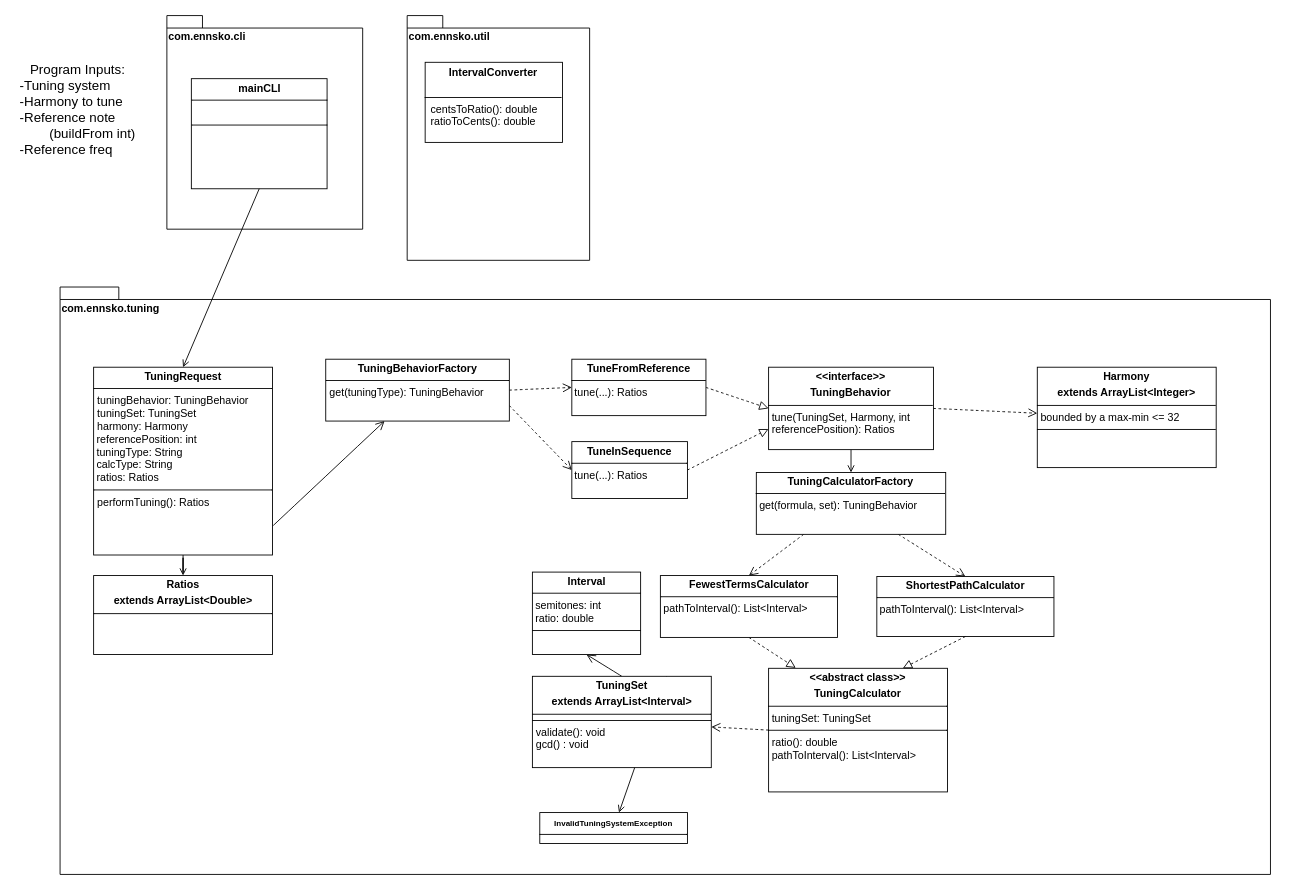
Before: uml/polymnia.drawio in ennskevin/polymnia, a draw.io diagram. Source tidied: cells renumbered, new cells numbered last; positions are measured from the earlier drawing's top-left corner, leaving out a move shared by most shapes. Both pictures are drawn from the tidied source at 89%, with x=0, y=0 at pixel (15, 15).
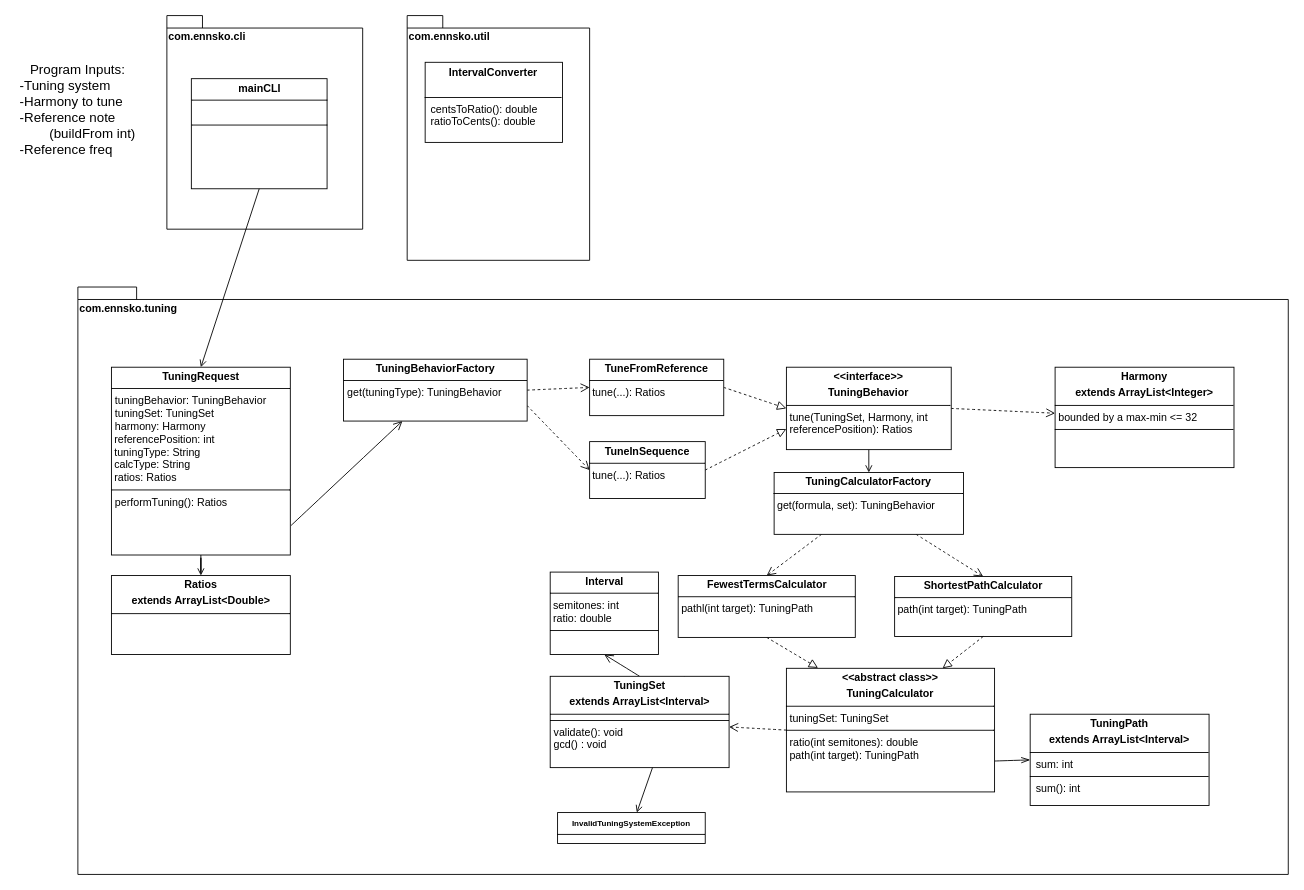
After the change.

Commit message (it also covers changes not shown here):
Test cases for path()

Change to the diagram source:
```diff
@@
     <mxCell id="4" value="com.ennsko.tuning" style="shape=folder;fontStyle=1;spacingTop=10;tabWidth=40;tabHeight=14;tabPosition=left;html=1;whiteSpace=wrap;verticalAlign=top;align=left;" parent="1" vertex="1">
-      <mxGeometry x="50" y="305" width="1360" height="660" as="geometry" />
+      <mxGeometry x="70" y="305" width="1360" height="660" as="geometry" />
     </mxCell>
@@
+    <mxCell id="39" style="edgeStyle=none;curved=1;rounded=0;jettySize=auto;html=1;exitX=1;exitY=0.75;exitDx=0;exitDy=0;entryX=0;entryY=0.5;entryDx=0;entryDy=0;fontSize=12;startSize=8;endSize=8;endArrow=openThin;endFill=0;" parent="4" edge="1" source="10" target="40">
+      <mxGeometry relative="1" as="geometry" />
+    </mxCell>
-    <mxCell id="10" value="&lt;p style=&quot;margin:0px;margin-top:4px;text-align:center;&quot;&gt;&lt;b&gt;&amp;lt;&amp;lt;abstract class&amp;gt;&amp;gt;&lt;/b&gt;&lt;/p&gt;&lt;p style=&quot;margin:0px;margin-top:4px;text-align:center;&quot;&gt;&lt;b&gt;TuningCalculator&lt;/b&gt;&lt;/p&gt;&lt;hr size=&quot;1&quot; style=&quot;border-style:solid;&quot;&gt;&lt;p style=&quot;margin:0px;margin-left:4px;&quot;&gt;tuningSet: TuningSet&lt;/p&gt;&lt;hr size=&quot;1&quot; style=&quot;border-style:solid;&quot;&gt;&lt;p style=&quot;margin:0px;margin-left:4px;&quot;&gt;ratio(): double&lt;/p&gt;&lt;p style=&quot;margin:0px;margin-left:4px;&quot;&gt;pathToInterval(): List&amp;lt;Interval&amp;gt;&lt;/p&gt;" style="verticalAlign=top;align=left;overflow=fill;html=1;whiteSpace=wrap;" parent="4" vertex="1">
-      <mxGeometry x="796.1" y="428.4" width="201" height="138.9" as="geometry" />
+    <mxCell id="10" value="&lt;p style=&quot;margin:0px;margin-top:4px;text-align:center;&quot;&gt;&lt;b&gt;&amp;lt;&amp;lt;abstract class&amp;gt;&amp;gt;&lt;/b&gt;&lt;/p&gt;&lt;p style=&quot;margin:0px;margin-top:4px;text-align:center;&quot;&gt;&lt;b&gt;TuningCalculator&lt;/b&gt;&lt;/p&gt;&lt;hr size=&quot;1&quot; style=&quot;border-style:solid;&quot;&gt;&lt;p style=&quot;margin:0px;margin-left:4px;&quot;&gt;tuningSet: TuningSet&lt;/p&gt;&lt;hr size=&quot;1&quot; style=&quot;border-style:solid;&quot;&gt;&lt;p style=&quot;margin:0px;margin-left:4px;&quot;&gt;ratio(int semitones): double&lt;/p&gt;&lt;p style=&quot;margin:0px;margin-left:4px;&quot;&gt;path(int target): TuningPath&lt;/p&gt;" style="verticalAlign=top;align=left;overflow=fill;html=1;whiteSpace=wrap;" parent="4" vertex="1">
+      <mxGeometry x="796.1" y="428.4" width="233.9" height="138.9" as="geometry" />
     </mxCell>
@@
-    <mxCell id="28" value="&lt;p style=&quot;margin:0px;margin-top:4px;text-align:center;&quot;&gt;&lt;b&gt;FewestTermsCalculator&lt;/b&gt;&lt;/p&gt;&lt;hr size=&quot;1&quot; style=&quot;border-style:solid;&quot;&gt;&amp;nbsp;pathToInterval(): List&amp;lt;Interval&amp;gt;" style="verticalAlign=top;align=left;overflow=fill;html=1;whiteSpace=wrap;" parent="4" vertex="1">
+    <mxCell id="28" value="&lt;p style=&quot;margin:0px;margin-top:4px;text-align:center;&quot;&gt;&lt;b&gt;FewestTermsCalculator&lt;/b&gt;&lt;/p&gt;&lt;hr size=&quot;1&quot; style=&quot;border-style:solid;&quot;&gt;&amp;nbsp;pathl(int target): TuningPath" style="verticalAlign=top;align=left;overflow=fill;html=1;whiteSpace=wrap;" parent="4" vertex="1">
       <mxGeometry x="674.5" y="324.2" width="199" height="69.5" as="geometry" />
     </mxCell>
-    <mxCell id="29" value="&lt;p style=&quot;margin:0px;margin-top:4px;text-align:center;&quot;&gt;&lt;b&gt;ShortestPathCalculator&lt;/b&gt;&lt;/p&gt;&lt;hr size=&quot;1&quot; style=&quot;border-style:solid;&quot;&gt;&amp;nbsp;pathToInterval(): List&amp;lt;Interval&amp;gt;" style="verticalAlign=top;align=left;overflow=fill;html=1;whiteSpace=wrap;" parent="4" vertex="1">
+    <mxCell id="29" value="&lt;p style=&quot;margin:0px;margin-top:4px;text-align:center;&quot;&gt;&lt;b&gt;ShortestPathCalculator&lt;/b&gt;&lt;/p&gt;&lt;hr size=&quot;1&quot; style=&quot;border-style:solid;&quot;&gt;&amp;nbsp;path(int target): TuningPath" style="verticalAlign=top;align=left;overflow=fill;html=1;whiteSpace=wrap;" parent="4" vertex="1">
       <mxGeometry x="917.7" y="325.3" width="199" height="67.4" as="geometry" />
     </mxCell>
@@
+    <mxCell id="40" value="&lt;p style=&quot;margin:0px;margin-top:4px;text-align:center;&quot;&gt;&lt;b&gt;TuningPath&lt;/b&gt;&lt;/p&gt;&lt;p style=&quot;margin:0px;margin-top:4px;text-align:center;&quot;&gt;&lt;b&gt;extends ArrayList&amp;lt;Interval&amp;gt;&lt;/b&gt;&lt;/p&gt;&lt;hr size=&quot;1&quot; style=&quot;border-style:solid;&quot;&gt;&amp;nbsp; sum: int&lt;hr size=&quot;1&quot; style=&quot;border-style:solid;&quot;&gt;&amp;nbsp; sum(): int" style="verticalAlign=top;align=left;overflow=fill;html=1;whiteSpace=wrap;" parent="4" vertex="1">
+      <mxGeometry x="1070" y="480" width="201" height="102.6" as="geometry" />
+    </mxCell>
```
